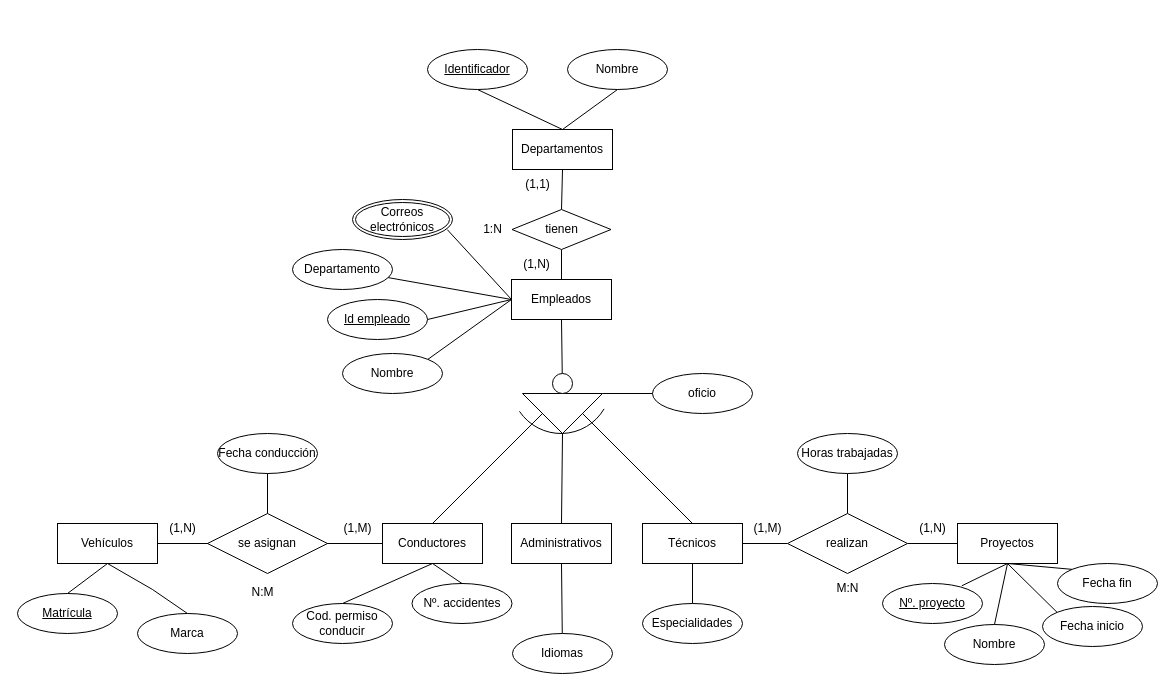
Earlier version of the draw.io diagram Tarea 5 - Control por departamentos.drawio (popnoart/popnoart). Source tidied: cells renumbered, new cells numbered last; positions are measured from the earlier drawing's top-left corner, leaving out a move shared by most shapes. Both pictures are drawn from the tidied source at 100%, with x=0, y=0 at pixel (17, 49).
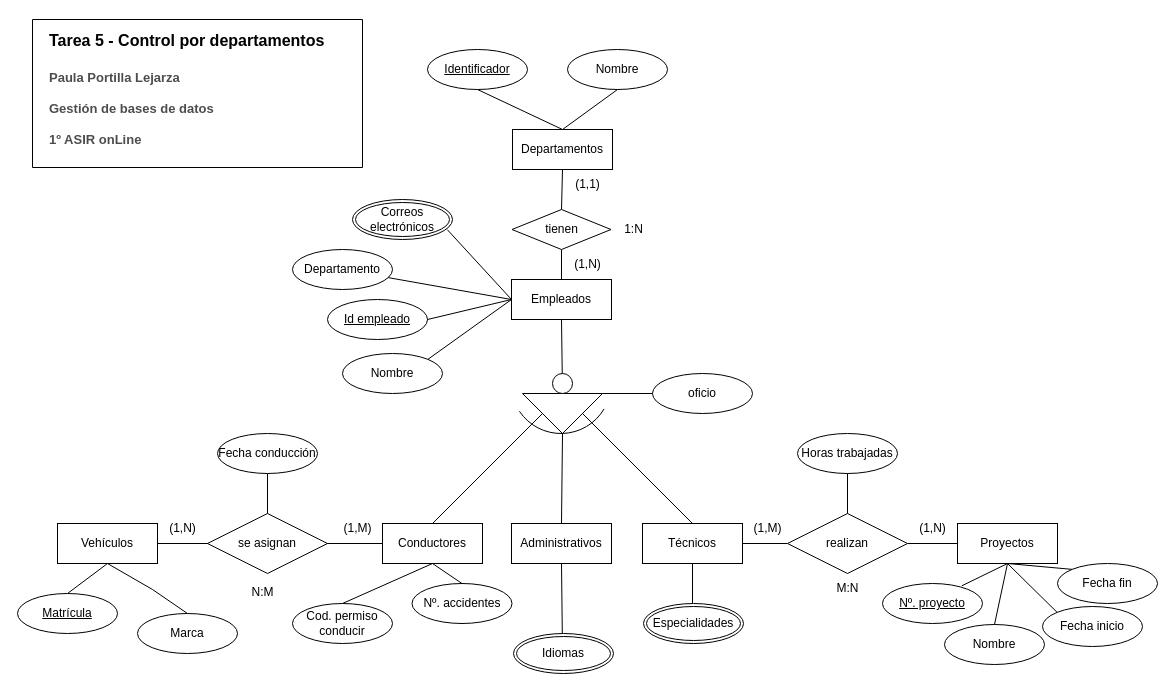
The same diagram, later.

The change refers to these unchanged cells:
```xml
<mxCell id="17" value="Administrativos" style="whiteSpace=wrap;html=1;align=center;" parent="1" vertex="1">
  <mxGeometry x="494" y="474" width="100" height="40" as="geometry" />
</mxCell>
<mxCell id="18" value="Técnicos" style="whiteSpace=wrap;html=1;align=center;" parent="1" vertex="1">
  <mxGeometry x="625" y="474" width="100" height="40" as="geometry" />
</mxCell>
```

Change to the diagram source:
```diff
@@
-    <mxCell id="20" value="Idiomas" style="ellipse;whiteSpace=wrap;html=1;align=center;" parent="1" vertex="1">
-      <mxGeometry x="495" y="584" width="100" height="40" as="geometry" />
-    </mxCell>
-    <mxCell id="21" value="Especialidades" style="ellipse;whiteSpace=wrap;html=1;align=center;" parent="1" vertex="1">
-      <mxGeometry x="625" y="554" width="100" height="40" as="geometry" />
-    </mxCell>
@@
-    <mxCell id="28" style="endArrow=none;html=1;rounded=0;exitX=0.5;exitY=1;exitDx=0;exitDy=0;" parent="1" edge="1" source="17" target="20">
-      <mxGeometry relative="1" as="geometry" />
+    <mxCell id="28" style="endArrow=none;html=1;rounded=0;exitX=0.5;exitY=1;exitDx=0;exitDy=0;" parent="1" edge="1" source="17">
+      <mxGeometry relative="1" as="geometry">
+        <mxPoint x="544.8" y="584" as="targetPoint" />
+      </mxGeometry>
     </mxCell>
-    <mxCell id="29" style="endArrow=none;html=1;rounded=0;exitX=0.5;exitY=1;exitDx=0;exitDy=0;entryX=0.5;entryY=0;entryDx=0;entryDy=0;" parent="1" edge="1" source="18" target="21">
-      <mxGeometry relative="1" as="geometry" />
+    <mxCell id="29" style="endArrow=none;html=1;rounded=0;exitX=0.5;exitY=1;exitDx=0;exitDy=0;entryX=0.5;entryY=0;entryDx=0;entryDy=0;" parent="1" edge="1" source="18">
+      <mxGeometry relative="1" as="geometry">
+        <mxPoint x="675" y="554" as="targetPoint" />
+      </mxGeometry>
     </mxCell>
@@
     <mxCell id="57" value="(1,1)" style="text;html=1;align=center;verticalAlign=middle;strokeColor=none;fillColor=none;" parent="1" vertex="1">
-      <mxGeometry x="495" y="120" width="50" height="30" as="geometry" />
+      <mxGeometry x="545" y="120" width="50" height="30" as="geometry" />
     </mxCell>
@@
     <mxCell id="60" value="(1,N)" style="text;html=1;align=center;verticalAlign=middle;strokeColor=none;fillColor=none;" parent="1" vertex="1">
-      <mxGeometry x="494" y="200" width="50" height="30" as="geometry" />
+      <mxGeometry x="545" y="200" width="50" height="30" as="geometry" />
     </mxCell>
     <mxCell id="61" value="1:N" style="text;html=1;align=center;verticalAlign=middle;strokeColor=none;fillColor=none;" parent="1" vertex="1">
-      <mxGeometry x="455" y="165" width="40" height="30" as="geometry" />
+      <mxGeometry x="596" y="165" width="40" height="30" as="geometry" />
     </mxCell>
@@
+    <mxCell id="20" value="Idiomas" style="ellipse;shape=doubleEllipse;margin=3;whiteSpace=wrap;html=1;align=center;" parent="1" vertex="1">
+      <mxGeometry x="496" y="584" width="100" height="40" as="geometry" />
+    </mxCell>
+    <mxCell id="21" value="Especialidades" style="ellipse;shape=doubleEllipse;margin=3;whiteSpace=wrap;html=1;align=center;" parent="1" vertex="1">
+      <mxGeometry x="626" y="554" width="100" height="40" as="geometry" />
+    </mxCell>
+    <mxCell id="72" style="swimlane;startSize=0;" parent="1" vertex="1">
+      <mxGeometry x="15" y="-30" width="330" height="148" as="geometry" />
+    </mxCell>
+    <mxCell id="73" value="&lt;h1 style=&quot;margin-top: 0px;&quot;&gt;&lt;font style=&quot;font-size: 16px;&quot;&gt;Tarea 5 - Control por departamentos&lt;/font&gt;&lt;/h1&gt;&lt;h3&gt;&lt;font style=&quot;font-size: 13px;&quot;&gt;&lt;font color=&quot;#4d4d4d&quot;&gt;Paula Portilla Lejarza&lt;/font&gt;&lt;/font&gt;&lt;/h3&gt;&lt;h3&gt;&lt;font style=&quot;font-size: 13px;&quot;&gt;&lt;span style=&quot;background-color: initial;&quot;&gt;&lt;font style=&quot;&quot; color=&quot;#4d4d4d&quot;&gt;Gestión de bases de datos&lt;/font&gt;&lt;/span&gt;&lt;/font&gt;&lt;/h3&gt;&lt;h3&gt;&lt;font style=&quot;font-size: 13px;&quot;&gt;&lt;span style=&quot;background-color: initial;&quot;&gt;&lt;font style=&quot;&quot; color=&quot;#4d4d4d&quot;&gt;1º ASIR onLine&lt;/font&gt;&lt;/span&gt;&lt;/font&gt;&lt;/h3&gt;" style="text;html=1;whiteSpace=wrap;overflow=hidden;rounded=0;" parent="72" vertex="1">
+      <mxGeometry x="15" y="-2" width="315" height="150" as="geometry" />
+    </mxCell>
```
